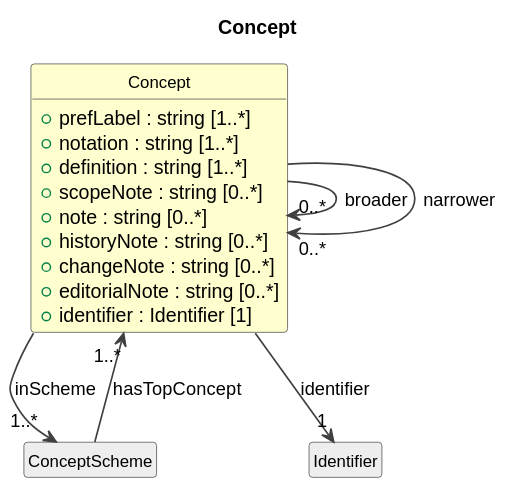
Above: cdif-uml-model/CDIFCodelist/Classes/Concept.svg in Cross-Domain-Interoperability-Framework/metadataBuildingBlocks (PlantUML), before the change.
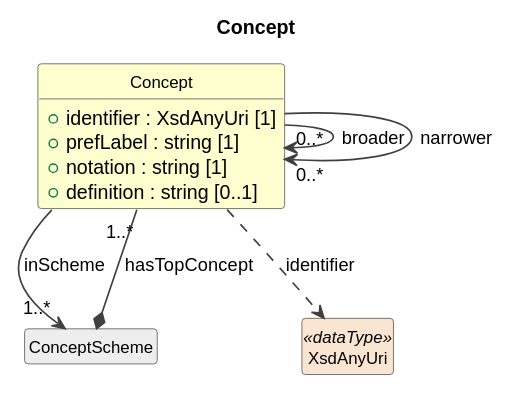
After the commit.

Change to the diagram source:
```diff
@@ -11,21 +11,16 @@
 }
 
 class "Concept" as Concept #FEFECE {
-  +prefLabel : string [1..*]
-  +notation : string [1..*]
-  +definition : string [1..*]
-  +scopeNote : string [0..*]
-  +note : string [0..*]
-  +historyNote : string [0..*]
-  +changeNote : string [0..*]
-  +editorialNote : string [0..*]
-  +identifier : Identifier [1]
+  +identifier : XsdAnyUri [1]
+  +prefLabel : string [1]
+  +notation : string [1]
+  +definition : string [0..1]
 }
 class "ConceptScheme" as ConceptScheme #EEEEEE
-ConceptScheme --> "1..*" Concept : hasTopConcept
+ConceptScheme *-- "1..*" Concept : hasTopConcept
 Concept --> "1..*" ConceptScheme : inScheme
 Concept --> "0..*" Concept : broader
 Concept --> "0..*" Concept : narrower
-class "Identifier" as Identifier #EEEEEE
-Concept --> "1" Identifier : identifier
+class "XsdAnyUri" as XsdAnyUri <<dataType>> #FAE5D3
+Concept ..> XsdAnyUri : identifier
 @enduml
```
